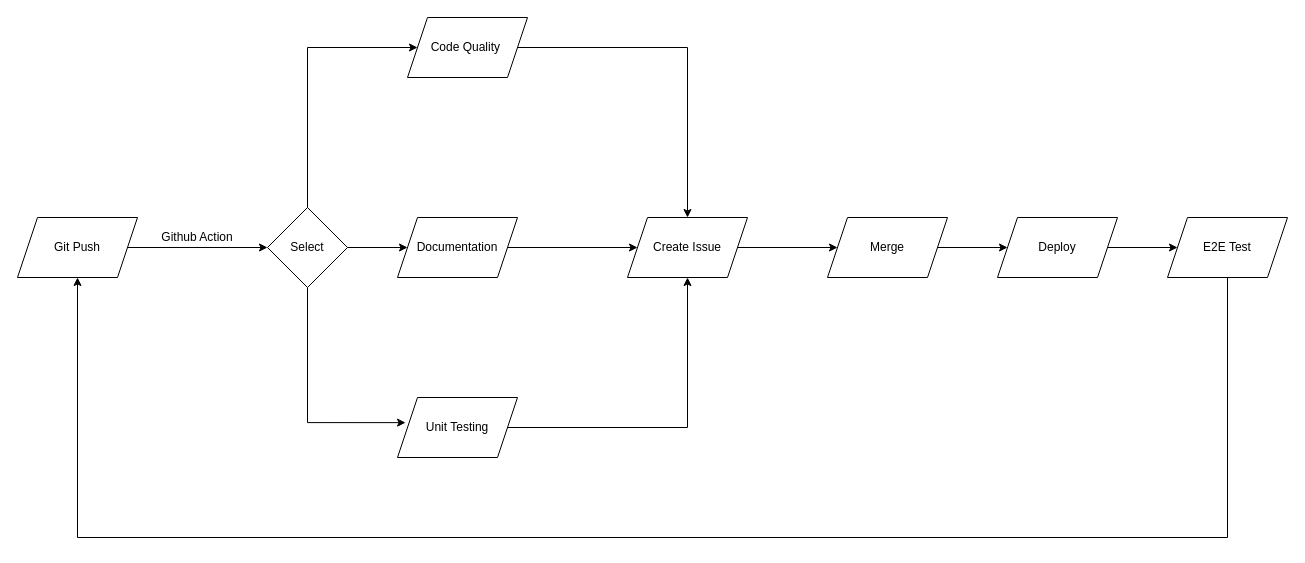
Earlier version of the draw.io diagram admin/cipipeline/phase1.drawio (tunaabop/cse110-sp21-group11). Source tidied: cells renumbered, new cells numbered last; positions are measured from the earlier drawing's top-left corner, leaving out a move shared by most shapes. Both pictures are drawn from the tidied source at 100%, with x=0, y=0 at pixel (17, 17).
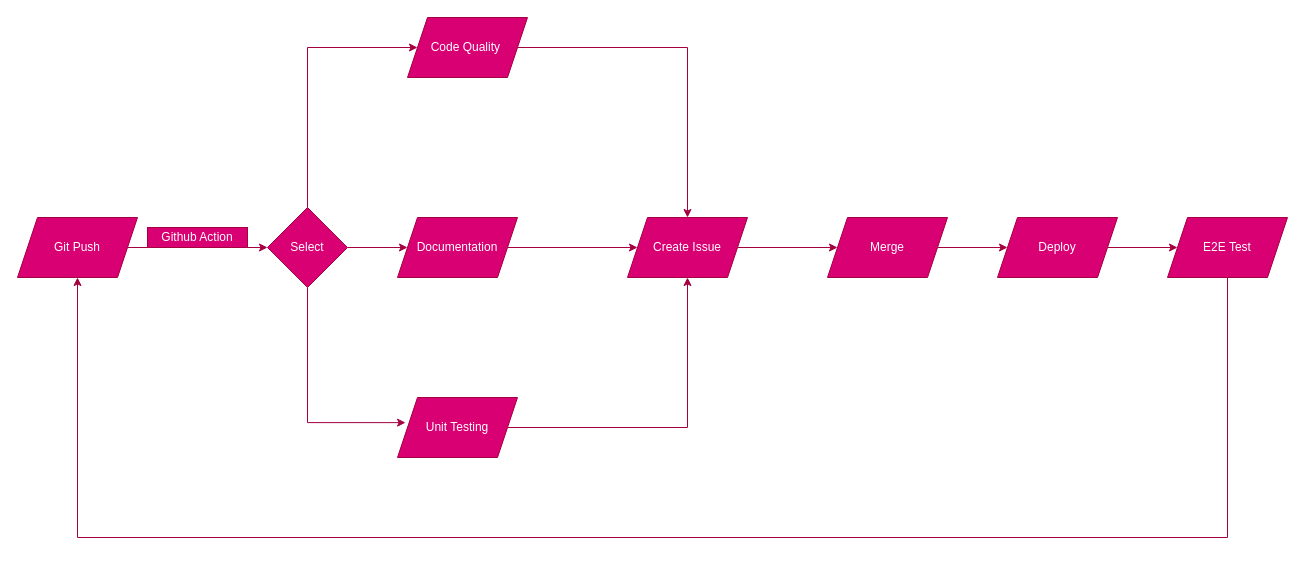
After the change.

Change to the diagram source:
```diff
@@
-    <mxCell id="2" value="Git Push" style="shape=parallelogram;perimeter=parallelogramPerimeter;whiteSpace=wrap;html=1;fixedSize=1;" parent="1" vertex="1">
+    <mxCell id="2" value="Git Push" style="shape=parallelogram;perimeter=parallelogramPerimeter;whiteSpace=wrap;html=1;fixedSize=1;fillColor=#d80073;strokeColor=#A50040;fontColor=#ffffff;" parent="1" vertex="1">
       <mxGeometry y="200" width="120" height="60" as="geometry" />
     </mxCell>
-    <mxCell id="3" style="endArrow=classic;html=1;exitX=1;exitY=0.5;exitDx=0;exitDy=0;" parent="1" edge="1" source="2">
+    <mxCell id="3" style="endArrow=classic;html=1;exitX=1;exitY=0.5;exitDx=0;exitDy=0;fillColor=#d80073;strokeColor=#A50040;" parent="1" edge="1" source="2">
       <mxGeometry relative="1" as="geometry">
         <mxPoint x="250" y="230" as="targetPoint" />
       </mxGeometry>
     </mxCell>
-    <mxCell id="4" style="edgeStyle=orthogonalEdgeStyle;rounded=0;jettySize=auto;html=1;exitX=1;exitY=0.5;exitDx=0;exitDy=0;" parent="1" edge="1" source="7" target="11">
+    <mxCell id="4" style="edgeStyle=orthogonalEdgeStyle;rounded=0;jettySize=auto;html=1;exitX=1;exitY=0.5;exitDx=0;exitDy=0;fillColor=#d80073;strokeColor=#A50040;" parent="1" edge="1" source="7" target="11">
       <mxGeometry relative="1" as="geometry" />
     </mxCell>
-    <mxCell id="5" style="edgeStyle=orthogonalEdgeStyle;rounded=0;jettySize=auto;html=1;exitX=0.5;exitY=1;exitDx=0;exitDy=0;entryX=0.067;entryY=0.419;entryDx=0;entryDy=0;entryPerimeter=0;" parent="1" edge="1" source="7" target="13">
+    <mxCell id="5" style="edgeStyle=orthogonalEdgeStyle;rounded=0;jettySize=auto;html=1;exitX=0.5;exitY=1;exitDx=0;exitDy=0;entryX=0.067;entryY=0.419;entryDx=0;entryDy=0;entryPerimeter=0;fillColor=#d80073;strokeColor=#A50040;" parent="1" edge="1" source="7" target="13">
       <mxGeometry relative="1" as="geometry">
         <Array as="points">
           <mxPoint x="290" y="405" />
         </Array>
       </mxGeometry>
     </mxCell>
-    <mxCell id="6" style="edgeStyle=orthogonalEdgeStyle;rounded=0;jettySize=auto;html=1;entryX=0;entryY=0.5;entryDx=0;entryDy=0;" parent="1" edge="1" source="7" target="9">
+    <mxCell id="6" style="edgeStyle=orthogonalEdgeStyle;rounded=0;jettySize=auto;html=1;entryX=0;entryY=0.5;entryDx=0;entryDy=0;fillColor=#d80073;strokeColor=#A50040;" parent="1" edge="1" source="7" target="9">
       <mxGeometry relative="1" as="geometry">
         <Array as="points">
           <mxPoint x="290" y="30" />
         </Array>
       </mxGeometry>
     </mxCell>
-    <mxCell id="7" value="Select" style="rhombus;whiteSpace=wrap;html=1;" parent="1" vertex="1">
+    <mxCell id="7" value="Select" style="rhombus;whiteSpace=wrap;html=1;fillColor=#d80073;strokeColor=#A50040;fontColor=#ffffff;" parent="1" vertex="1">
       <mxGeometry x="250" y="190" width="80" height="80" as="geometry" />
     </mxCell>
-    <mxCell id="8" style="edgeStyle=orthogonalEdgeStyle;rounded=0;jettySize=auto;html=1;entryX=0.5;entryY=0;entryDx=0;entryDy=0;" parent="1" edge="1" source="9" target="16">
+    <mxCell id="8" style="edgeStyle=orthogonalEdgeStyle;rounded=0;jettySize=auto;html=1;entryX=0.5;entryY=0;entryDx=0;entryDy=0;fillColor=#d80073;strokeColor=#A50040;" parent="1" edge="1" source="9" target="16">
       <mxGeometry relative="1" as="geometry">
         <Array as="points">
           <mxPoint x="670" y="30" />
         </Array>
       </mxGeometry>
     </mxCell>
-    <mxCell id="9" value="Code Quality&amp;nbsp;" style="shape=parallelogram;perimeter=parallelogramPerimeter;whiteSpace=wrap;html=1;fixedSize=1;" parent="1" vertex="1">
+    <mxCell id="9" value="Code Quality&amp;nbsp;" style="shape=parallelogram;perimeter=parallelogramPerimeter;whiteSpace=wrap;html=1;fixedSize=1;fillColor=#d80073;strokeColor=#A50040;fontColor=#ffffff;" parent="1" vertex="1">
       <mxGeometry x="390" width="120" height="60" as="geometry" />
     </mxCell>
-    <mxCell id="10" style="edgeStyle=orthogonalEdgeStyle;rounded=0;jettySize=auto;html=1;entryX=0;entryY=0.5;entryDx=0;entryDy=0;" parent="1" edge="1" source="11" target="16">
+    <mxCell id="10" style="edgeStyle=orthogonalEdgeStyle;rounded=0;jettySize=auto;html=1;entryX=0;entryY=0.5;entryDx=0;entryDy=0;fillColor=#d80073;strokeColor=#A50040;" parent="1" edge="1" source="11" target="16">
       <mxGeometry relative="1" as="geometry" />
     </mxCell>
-    <mxCell id="11" value="Documentation" style="shape=parallelogram;perimeter=parallelogramPerimeter;whiteSpace=wrap;html=1;fixedSize=1;" parent="1" vertex="1">
+    <mxCell id="11" value="Documentation" style="shape=parallelogram;perimeter=parallelogramPerimeter;whiteSpace=wrap;html=1;fixedSize=1;fillColor=#d80073;strokeColor=#A50040;fontColor=#ffffff;" parent="1" vertex="1">
       <mxGeometry x="380" y="200" width="120" height="60" as="geometry" />
     </mxCell>
-    <mxCell id="12" style="edgeStyle=orthogonalEdgeStyle;rounded=0;jettySize=auto;html=1;" parent="1" edge="1" source="13" target="16">
+    <mxCell id="12" style="edgeStyle=orthogonalEdgeStyle;rounded=0;jettySize=auto;html=1;fillColor=#d80073;strokeColor=#A50040;" parent="1" edge="1" source="13" target="16">
       <mxGeometry relative="1" as="geometry" />
     </mxCell>
-    <mxCell id="13" value="Unit Testing" style="shape=parallelogram;perimeter=parallelogramPerimeter;whiteSpace=wrap;html=1;fixedSize=1;" parent="1" vertex="1">
+    <mxCell id="13" value="Unit Testing" style="shape=parallelogram;perimeter=parallelogramPerimeter;whiteSpace=wrap;html=1;fixedSize=1;fillColor=#d80073;strokeColor=#A50040;fontColor=#ffffff;" parent="1" vertex="1">
       <mxGeometry x="380" y="380" width="120" height="60" as="geometry" />
     </mxCell>
-    <mxCell id="14" value="Github Action" style="text;html=1;strokeColor=none;fillColor=none;align=center;verticalAlign=middle;whiteSpace=wrap;rounded=0;" parent="1" vertex="1">
+    <mxCell id="14" value="Github Action" style="text;html=1;strokeColor=#A50040;fillColor=#d80073;align=center;verticalAlign=middle;whiteSpace=wrap;rounded=0;fontColor=#ffffff;" parent="1" vertex="1">
       <mxGeometry x="130" y="210" width="100" height="20" as="geometry" />
     </mxCell>
-    <mxCell id="15" style="edgeStyle=orthogonalEdgeStyle;rounded=0;jettySize=auto;html=1;" parent="1" edge="1" source="16" target="18">
+    <mxCell id="15" style="edgeStyle=orthogonalEdgeStyle;rounded=0;jettySize=auto;html=1;fillColor=#d80073;strokeColor=#A50040;" parent="1" edge="1" source="16" target="18">
       <mxGeometry relative="1" as="geometry" />
     </mxCell>
-    <mxCell id="16" value="Create Issue" style="shape=parallelogram;perimeter=parallelogramPerimeter;whiteSpace=wrap;html=1;fixedSize=1;" parent="1" vertex="1">
+    <mxCell id="16" value="Create Issue" style="shape=parallelogram;perimeter=parallelogramPerimeter;whiteSpace=wrap;html=1;fixedSize=1;fillColor=#d80073;strokeColor=#A50040;fontColor=#ffffff;" parent="1" vertex="1">
       <mxGeometry x="610" y="200" width="120" height="60" as="geometry" />
     </mxCell>
-    <mxCell id="17" style="edgeStyle=orthogonalEdgeStyle;rounded=0;jettySize=auto;html=1;" parent="1" edge="1" source="18" target="20">
+    <mxCell id="17" style="edgeStyle=orthogonalEdgeStyle;rounded=0;jettySize=auto;html=1;fillColor=#d80073;strokeColor=#A50040;" parent="1" edge="1" source="18" target="20">
       <mxGeometry relative="1" as="geometry" />
     </mxCell>
-    <mxCell id="18" value="Merge" style="shape=parallelogram;perimeter=parallelogramPerimeter;whiteSpace=wrap;html=1;fixedSize=1;" parent="1" vertex="1">
+    <mxCell id="18" value="Merge" style="shape=parallelogram;perimeter=parallelogramPerimeter;whiteSpace=wrap;html=1;fixedSize=1;fillColor=#d80073;strokeColor=#A50040;fontColor=#ffffff;" parent="1" vertex="1">
       <mxGeometry x="810" y="200" width="120" height="60" as="geometry" />
     </mxCell>
-    <mxCell id="19" style="edgeStyle=orthogonalEdgeStyle;rounded=0;jettySize=auto;html=1;" parent="1" edge="1" source="20" target="22">
+    <mxCell id="19" style="edgeStyle=orthogonalEdgeStyle;rounded=0;jettySize=auto;html=1;fillColor=#d80073;strokeColor=#A50040;" parent="1" edge="1" source="20" target="22">
       <mxGeometry relative="1" as="geometry" />
     </mxCell>
-    <mxCell id="20" value="Deploy" style="shape=parallelogram;perimeter=parallelogramPerimeter;whiteSpace=wrap;html=1;fixedSize=1;" parent="1" vertex="1">
+    <mxCell id="20" value="Deploy" style="shape=parallelogram;perimeter=parallelogramPerimeter;whiteSpace=wrap;html=1;fixedSize=1;fillColor=#d80073;strokeColor=#A50040;fontColor=#ffffff;" parent="1" vertex="1">
       <mxGeometry x="980" y="200" width="120" height="60" as="geometry" />
     </mxCell>
-    <mxCell id="21" style="edgeStyle=orthogonalEdgeStyle;rounded=0;jettySize=auto;html=1;entryX=0.5;entryY=1;entryDx=0;entryDy=0;" parent="1" edge="1" source="22" target="2">
+    <mxCell id="21" style="edgeStyle=orthogonalEdgeStyle;rounded=0;jettySize=auto;html=1;entryX=0.5;entryY=1;entryDx=0;entryDy=0;fillColor=#d80073;strokeColor=#A50040;" parent="1" edge="1" source="22" target="2">
       <mxGeometry relative="1" as="geometry">
         <Array as="points">
           <mxPoint x="1210" y="520" />
           <mxPoint x="60" y="520" />
         </Array>
       </mxGeometry>
     </mxCell>
-    <mxCell id="22" value="E2E Test" style="shape=parallelogram;perimeter=parallelogramPerimeter;whiteSpace=wrap;html=1;fixedSize=1;" parent="1" vertex="1">
+    <mxCell id="22" value="E2E Test" style="shape=parallelogram;perimeter=parallelogramPerimeter;whiteSpace=wrap;html=1;fixedSize=1;fillColor=#d80073;strokeColor=#A50040;fontColor=#ffffff;" parent="1" vertex="1">
       <mxGeometry x="1150" y="200" width="120" height="60" as="geometry" />
     </mxCell>
```
